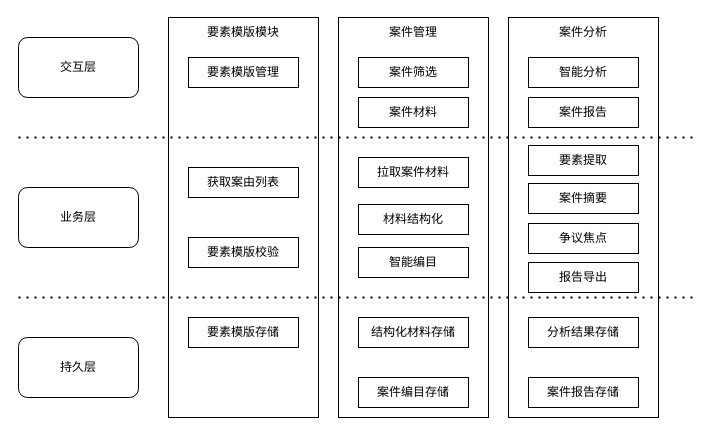
Above: page "第 1 页" (1 of 3) of 系统层次与模块划分.drawio in Lainy0605/graduate (draw.io), before the change. Source tidied: cells renumbered, new cells numbered last; positions are measured from the earlier drawing's top-left corner, leaving out a move shared by most shapes. Both pictures are drawn from the tidied source at 100%, with x=0, y=0 at pixel (18, 17).
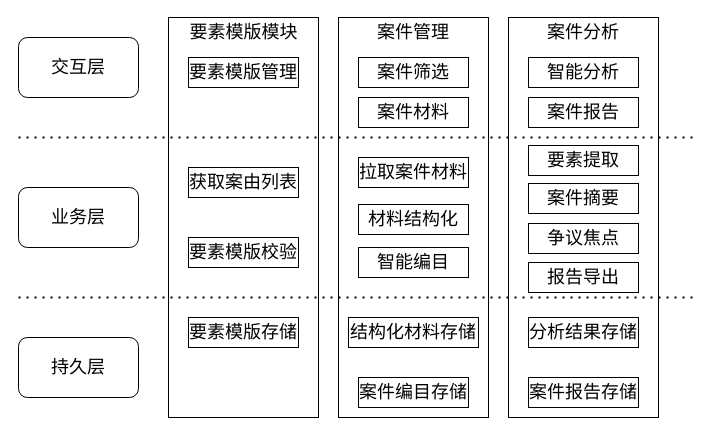
The same page after the edit.

Commit message:
更新系统层次与模块划分.drawio

Diff of the diagram source:
```diff
@@
-    <mxCell id="2" style="rounded=0;whiteSpace=wrap;html=1;" parent="1" vertex="1">
+    <mxCell id="2" style="rounded=0;whiteSpace=wrap;html=1;fontSize=18;" parent="1" vertex="1">
       <mxGeometry x="150" width="150" height="400" as="geometry" />
     </mxCell>
-    <mxCell id="3" value="交互层" style="rounded=1;whiteSpace=wrap;html=1;" parent="1" vertex="1">
+    <mxCell id="3" value="交互层" style="rounded=1;whiteSpace=wrap;html=1;fontSize=18;" parent="1" vertex="1">
       <mxGeometry y="20" width="120" height="60" as="geometry" />
     </mxCell>
-    <mxCell id="4" value="业务层" style="rounded=1;whiteSpace=wrap;html=1;" parent="1" vertex="1">
+    <mxCell id="4" value="业务层" style="rounded=1;whiteSpace=wrap;html=1;fontSize=18;" parent="1" vertex="1">
       <mxGeometry y="170" width="120" height="60" as="geometry" />
     </mxCell>
-    <mxCell id="5" value="持久层" style="rounded=1;whiteSpace=wrap;html=1;" parent="1" vertex="1">
+    <mxCell id="5" value="持久层" style="rounded=1;whiteSpace=wrap;html=1;fontSize=18;" parent="1" vertex="1">
       <mxGeometry y="320" width="120" height="60" as="geometry" />
     </mxCell>
-    <mxCell id="6" value="要素模版模块" style="text;html=1;whiteSpace=wrap;strokeColor=none;fillColor=none;align=center;verticalAlign=middle;rounded=0;" parent="1" vertex="1">
-      <mxGeometry x="185" width="80" height="30" as="geometry" />
+    <mxCell id="6" value="要素模版模块" style="text;html=1;whiteSpace=wrap;strokeColor=none;fillColor=none;align=center;verticalAlign=middle;rounded=0;fontSize=18;" parent="1" vertex="1">
+      <mxGeometry x="167.5" width="115" height="30" as="geometry" />
     </mxCell>
-    <mxCell id="7" value="要素模版管理" style="rounded=0;whiteSpace=wrap;html=1;" parent="1" vertex="1">
+    <mxCell id="7" value="要素模版管理" style="rounded=0;whiteSpace=wrap;html=1;fontSize=18;" parent="1" vertex="1">
       <mxGeometry x="170" y="40" width="110" height="30" as="geometry" />
     </mxCell>
-    <mxCell id="8" value="要素模版校验" style="rounded=0;whiteSpace=wrap;html=1;" parent="1" vertex="1">
+    <mxCell id="8" value="要素模版校验" style="rounded=0;whiteSpace=wrap;html=1;fontSize=18;" parent="1" vertex="1">
       <mxGeometry x="170" y="220" width="110" height="30" as="geometry" />
     </mxCell>
-    <mxCell id="9" value="要素模版存储" style="rounded=0;whiteSpace=wrap;html=1;" parent="1" vertex="1">
+    <mxCell id="9" value="要素模版存储" style="rounded=0;whiteSpace=wrap;html=1;fontSize=18;" parent="1" vertex="1">
       <mxGeometry x="170" y="300" width="110" height="30" as="geometry" />
     </mxCell>
-    <mxCell id="10" value="获取案由列表" style="rounded=0;whiteSpace=wrap;html=1;" parent="1" vertex="1">
+    <mxCell id="10" value="获取案由列表" style="rounded=0;whiteSpace=wrap;html=1;fontSize=18;" parent="1" vertex="1">
       <mxGeometry x="170" y="150" width="110" height="30" as="geometry" />
     </mxCell>
-    <mxCell id="11" style="rounded=0;whiteSpace=wrap;html=1;" parent="1" vertex="1">
+    <mxCell id="11" style="rounded=0;whiteSpace=wrap;html=1;fontSize=18;" parent="1" vertex="1">
       <mxGeometry x="320" width="150" height="400" as="geometry" />
     </mxCell>
-    <mxCell id="12" value="案件管理" style="text;html=1;whiteSpace=wrap;strokeColor=none;fillColor=none;align=center;verticalAlign=middle;rounded=0;" parent="1" vertex="1">
+    <mxCell id="12" value="案件管理" style="text;html=1;whiteSpace=wrap;strokeColor=none;fillColor=none;align=center;verticalAlign=middle;rounded=0;fontSize=18;" parent="1" vertex="1">
       <mxGeometry x="355" width="80" height="30" as="geometry" />
     </mxCell>
-    <mxCell id="13" value="案件筛选" style="rounded=0;whiteSpace=wrap;html=1;" parent="1" vertex="1">
+    <mxCell id="13" value="案件筛选" style="rounded=0;whiteSpace=wrap;html=1;fontSize=18;" parent="1" vertex="1">
       <mxGeometry x="340" y="40" width="110" height="30" as="geometry" />
     </mxCell>
-    <mxCell id="14" value="材料结构化" style="rounded=0;whiteSpace=wrap;html=1;" parent="1" vertex="1">
+    <mxCell id="14" value="材料结构化" style="rounded=0;whiteSpace=wrap;html=1;fontSize=18;" parent="1" vertex="1">
       <mxGeometry x="340" y="187" width="110" height="30" as="geometry" />
     </mxCell>
-    <mxCell id="15" value="结构化材料存储" style="rounded=0;whiteSpace=wrap;html=1;" parent="1" vertex="1">
-      <mxGeometry x="340" y="300" width="110" height="30" as="geometry" />
+    <mxCell id="15" value="结构化材料存储" style="rounded=0;whiteSpace=wrap;html=1;fontSize=18;" parent="1" vertex="1">
+      <mxGeometry x="330" y="300" width="130" height="30" as="geometry" />
     </mxCell>
-    <mxCell id="16" value="拉取案件材料" style="rounded=0;whiteSpace=wrap;html=1;" parent="1" vertex="1">
+    <mxCell id="16" value="拉取案件材料" style="rounded=0;whiteSpace=wrap;html=1;fontSize=18;" parent="1" vertex="1">
       <mxGeometry x="340" y="140" width="110" height="30" as="geometry" />
     </mxCell>
-    <mxCell id="17" value="案件材料" style="rounded=0;whiteSpace=wrap;html=1;" parent="1" vertex="1">
+    <mxCell id="17" value="案件材料" style="rounded=0;whiteSpace=wrap;html=1;fontSize=18;" parent="1" vertex="1">
       <mxGeometry x="340" y="80" width="110" height="30" as="geometry" />
     </mxCell>
-    <mxCell id="18" value="案件编目存储" style="rounded=0;whiteSpace=wrap;html=1;" parent="1" vertex="1">
+    <mxCell id="18" value="案件编目存储" style="rounded=0;whiteSpace=wrap;html=1;fontSize=18;" parent="1" vertex="1">
       <mxGeometry x="340" y="360" width="110" height="30" as="geometry" />
     </mxCell>
-    <mxCell id="19" style="rounded=0;whiteSpace=wrap;html=1;" parent="1" vertex="1">
+    <mxCell id="19" style="rounded=0;whiteSpace=wrap;html=1;fontSize=18;" parent="1" vertex="1">
       <mxGeometry x="490" width="150" height="400" as="geometry" />
     </mxCell>
-    <mxCell id="20" value="案件分析" style="text;html=1;whiteSpace=wrap;strokeColor=none;fillColor=none;align=center;verticalAlign=middle;rounded=0;" parent="1" vertex="1">
+    <mxCell id="20" value="案件分析" style="text;html=1;whiteSpace=wrap;strokeColor=none;fillColor=none;align=center;verticalAlign=middle;rounded=0;fontSize=18;" parent="1" vertex="1">
       <mxGeometry x="525" width="80" height="30" as="geometry" />
     </mxCell>
-    <mxCell id="21" value="智能分析" style="rounded=0;whiteSpace=wrap;html=1;" parent="1" vertex="1">
+    <mxCell id="21" value="智能分析" style="rounded=0;whiteSpace=wrap;html=1;fontSize=18;" parent="1" vertex="1">
       <mxGeometry x="510" y="40" width="110" height="30" as="geometry" />
     </mxCell>
-    <mxCell id="22" value="分析结果存储" style="rounded=0;whiteSpace=wrap;html=1;" parent="1" vertex="1">
+    <mxCell id="22" value="分析结果存储" style="rounded=0;whiteSpace=wrap;html=1;fontSize=18;" parent="1" vertex="1">
       <mxGeometry x="510" y="300" width="110" height="30" as="geometry" />
     </mxCell>
-    <mxCell id="23" value="要素提取" style="rounded=0;whiteSpace=wrap;html=1;" parent="1" vertex="1">
+    <mxCell id="23" value="要素提取" style="rounded=0;whiteSpace=wrap;html=1;fontSize=18;" parent="1" vertex="1">
       <mxGeometry x="510" y="128" width="110" height="30" as="geometry" />
     </mxCell>
-    <mxCell id="24" value="案件报告" style="rounded=0;whiteSpace=wrap;html=1;" parent="1" vertex="1">
+    <mxCell id="24" value="案件报告" style="rounded=0;whiteSpace=wrap;html=1;fontSize=18;" parent="1" vertex="1">
       <mxGeometry x="510" y="80" width="110" height="30" as="geometry" />
     </mxCell>
-    <mxCell id="25" value="案件报告存储" style="rounded=0;whiteSpace=wrap;html=1;" parent="1" vertex="1">
+    <mxCell id="25" value="案件报告存储" style="rounded=0;whiteSpace=wrap;html=1;fontSize=18;" parent="1" vertex="1">
       <mxGeometry x="510" y="360" width="110" height="30" as="geometry" />
     </mxCell>
-    <mxCell id="26" value="智能编目" style="rounded=0;whiteSpace=wrap;html=1;" parent="1" vertex="1">
+    <mxCell id="26" value="智能编目" style="rounded=0;whiteSpace=wrap;html=1;fontSize=18;" parent="1" vertex="1">
       <mxGeometry x="340" y="230" width="110" height="30" as="geometry" />
     </mxCell>
-    <mxCell id="27" value="案件摘要" style="rounded=0;whiteSpace=wrap;html=1;" parent="1" vertex="1">
+    <mxCell id="27" value="案件摘要" style="rounded=0;whiteSpace=wrap;html=1;fontSize=18;" parent="1" vertex="1">
       <mxGeometry x="510" y="166" width="110" height="30" as="geometry" />
     </mxCell>
-    <mxCell id="28" value="争议焦点" style="rounded=0;whiteSpace=wrap;html=1;" parent="1" vertex="1">
+    <mxCell id="28" value="争议焦点" style="rounded=0;whiteSpace=wrap;html=1;fontSize=18;" parent="1" vertex="1">
       <mxGeometry x="510" y="206" width="110" height="30" as="geometry" />
     </mxCell>
-    <mxCell id="29" value="报告导出" style="rounded=0;whiteSpace=wrap;html=1;" parent="1" vertex="1">
+    <mxCell id="29" value="报告导出" style="rounded=0;whiteSpace=wrap;html=1;fontSize=18;" parent="1" vertex="1">
       <mxGeometry x="510" y="245" width="110" height="30" as="geometry" />
     </mxCell>
-    <mxCell id="30" style="endArrow=none;dashed=1;html=1;dashPattern=1 3;strokeWidth=2;rounded=0;" parent="1" edge="1">
+    <mxCell id="30" style="endArrow=none;dashed=1;html=1;dashPattern=1 3;strokeWidth=2;rounded=0;fontSize=18;" parent="1" edge="1">
       <mxGeometry relative="1" as="geometry">
         <mxPoint y="120" as="sourcePoint" />
         <mxPoint x="680" y="120" as="targetPoint" />
       </mxGeometry>
     </mxCell>
-    <mxCell id="31" style="endArrow=none;dashed=1;html=1;dashPattern=1 3;strokeWidth=2;rounded=0;" parent="1" edge="1">
+    <mxCell id="31" style="endArrow=none;dashed=1;html=1;dashPattern=1 3;strokeWidth=2;rounded=0;fontSize=18;" parent="1" edge="1">
       <mxGeometry relative="1" as="geometry">
         <mxPoint y="280" as="sourcePoint" />
         <mxPoint x="680" y="280" as="targetPoint" />
       </mxGeometry>
     </mxCell>
```
